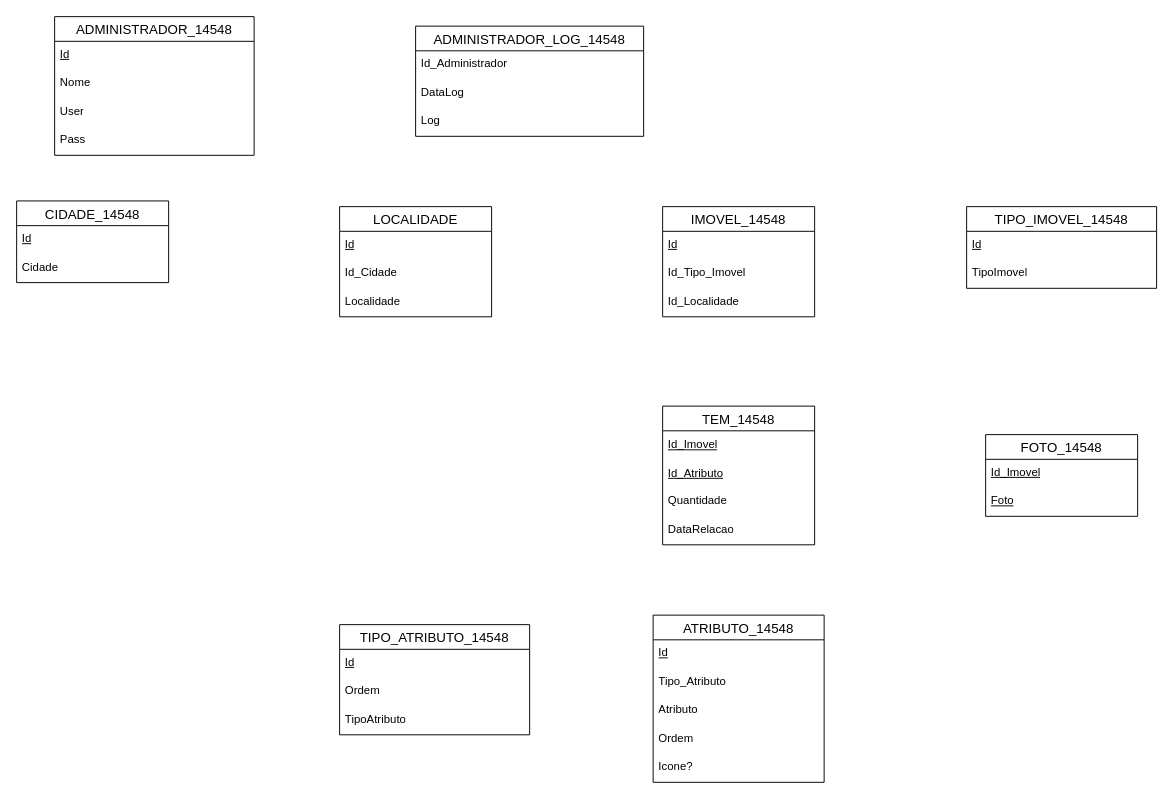
Above: 2P-PROG-UFCD-0811-TRABALHO1-14548.drawio in rpviana/Diagramas (draw.io), before the change. Source tidied: cells renumbered, new cells numbered last; positions are measured from the earlier drawing's top-left corner, leaving out a move shared by most shapes. Both pictures are drawn from the tidied source at 95%, with x=0, y=0 at pixel (16, 16).
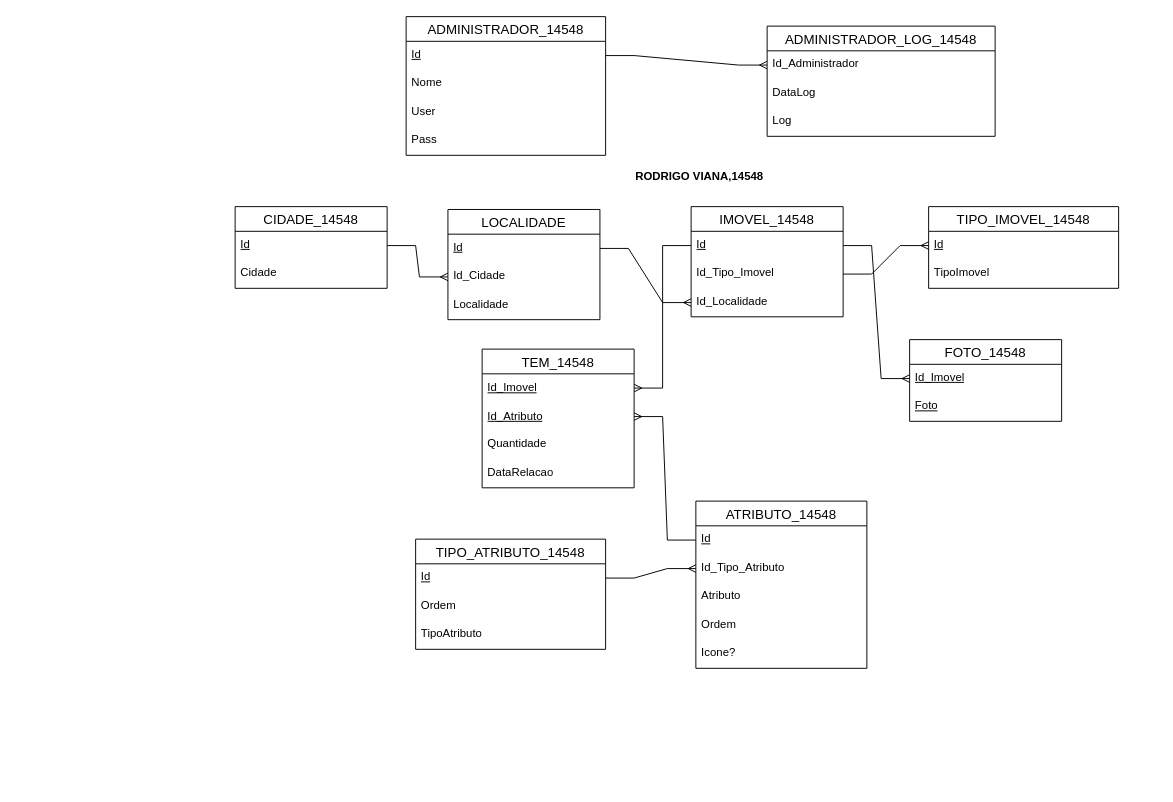
The same diagram, later.

Unchanged cells that the change refers to:
```xml
<mxCell id="3" value="Id" style="text;strokeColor=none;fillColor=none;spacingLeft=4;spacingRight=4;overflow=hidden;points=[[0,0.5],[1,0.5]];portConstraint=eastwest;fontSize=12;whiteSpace=wrap;html=1;fontStyle=4;" parent="2" vertex="1">
  <mxGeometry y="26" width="160" height="30" as="geometry" />
</mxCell>
<mxCell id="4" value="Id_Cidade" style="text;strokeColor=none;fillColor=none;spacingLeft=4;spacingRight=4;overflow=hidden;points=[[0,0.5],[1,0.5]];portConstraint=eastwest;fontSize=12;whiteSpace=wrap;html=1;" parent="2" vertex="1">
  <mxGeometry y="56" width="160" height="30" as="geometry" />
</mxCell>
<mxCell id="7" value="Id" style="text;strokeColor=none;fillColor=none;spacingLeft=4;spacingRight=4;overflow=hidden;points=[[0,0.5],[1,0.5]];portConstraint=eastwest;fontSize=12;whiteSpace=wrap;html=1;fontStyle=4;" parent="6" vertex="1">
  <mxGeometry y="26" width="160" height="30" as="geometry" />
</mxCell>
<mxCell id="8" value="Id_Tipo_Imovel" style="text;strokeColor=none;fillColor=none;spacingLeft=4;spacingRight=4;overflow=hidden;points=[[0,0.5],[1,0.5]];portConstraint=eastwest;fontSize=12;whiteSpace=wrap;html=1;" parent="6" vertex="1">
  <mxGeometry y="56" width="160" height="30" as="geometry" />
</mxCell>
<mxCell id="9" value="Id_Localidade" style="text;strokeColor=none;fillColor=none;spacingLeft=4;spacingRight=4;overflow=hidden;points=[[0,0.5],[1,0.5]];portConstraint=eastwest;fontSize=12;whiteSpace=wrap;html=1;" parent="6" vertex="1">
  <mxGeometry y="86" width="160" height="30" as="geometry" />
</mxCell>
<mxCell id="11" value="Id" style="text;strokeColor=none;fillColor=none;spacingLeft=4;spacingRight=4;overflow=hidden;points=[[0,0.5],[1,0.5]];portConstraint=eastwest;fontSize=12;whiteSpace=wrap;html=1;fontStyle=4;" parent="10" vertex="1">
  <mxGeometry y="26" width="160" height="30" as="geometry" />
</mxCell>
<mxCell id="14" value="Id" style="text;strokeColor=none;fillColor=none;spacingLeft=4;spacingRight=4;overflow=hidden;points=[[0,0.5],[1,0.5]];portConstraint=eastwest;fontSize=12;whiteSpace=wrap;html=1;fontStyle=4;" parent="13" vertex="1">
  <mxGeometry y="26" width="210" height="30" as="geometry" />
</mxCell>
<mxCell id="19" value="Id_Administrador" style="text;strokeColor=none;fillColor=none;spacingLeft=4;spacingRight=4;overflow=hidden;points=[[0,0.5],[1,0.5]];portConstraint=eastwest;fontSize=12;whiteSpace=wrap;html=1;fontStyle=0;" parent="18" vertex="1">
  <mxGeometry y="26" width="240" height="30" as="geometry" />
</mxCell>
<mxCell id="23" value="Id" style="text;strokeColor=none;fillColor=none;spacingLeft=4;spacingRight=4;overflow=hidden;points=[[0,0.5],[1,0.5]];portConstraint=eastwest;fontSize=12;whiteSpace=wrap;html=1;fontStyle=4;" parent="22" vertex="1">
  <mxGeometry y="26" width="180" height="30" as="geometry" />
</mxCell>
<mxCell id="29" value="Id" style="text;strokeColor=none;fillColor=none;spacingLeft=4;spacingRight=4;overflow=hidden;points=[[0,0.5],[1,0.5]];portConstraint=eastwest;fontSize=12;whiteSpace=wrap;html=1;fontStyle=4;" parent="28" vertex="1">
  <mxGeometry y="26" width="200" height="30" as="geometry" />
</mxCell>
<mxCell id="32" value="Id" style="text;strokeColor=none;fillColor=none;spacingLeft=4;spacingRight=4;overflow=hidden;points=[[0,0.5],[1,0.5]];portConstraint=eastwest;fontSize=12;whiteSpace=wrap;html=1;fontStyle=4;" parent="31" vertex="1">
  <mxGeometry y="26" width="200" height="30" as="geometry" />
</mxCell>
<mxCell id="36" value="Id_Imovel" style="text;strokeColor=none;fillColor=none;spacingLeft=4;spacingRight=4;overflow=hidden;points=[[0,0.5],[1,0.5]];portConstraint=eastwest;fontSize=12;whiteSpace=wrap;html=1;verticalAlign=middle;fontStyle=4;" parent="35" vertex="1">
  <mxGeometry y="26" width="160" height="30" as="geometry" />
</mxCell>
<mxCell id="37" value="Id_Atributo" style="text;strokeColor=none;fillColor=none;spacingLeft=4;spacingRight=4;overflow=hidden;points=[[0,0.5],[1,0.5]];portConstraint=eastwest;fontSize=12;whiteSpace=wrap;html=1;verticalAlign=middle;fontStyle=4;" parent="35" vertex="1">
  <mxGeometry y="56" width="160" height="30" as="geometry" />
</mxCell>
<mxCell id="41" value="Id_Imovel" style="text;strokeColor=none;fillColor=none;spacingLeft=4;spacingRight=4;overflow=hidden;points=[[0,0.5],[1,0.5]];portConstraint=eastwest;fontSize=12;whiteSpace=wrap;html=1;fontStyle=4;" parent="40" vertex="1">
  <mxGeometry y="26" width="160" height="30" as="geometry" />
</mxCell>
```

Change to the diagram source:
```diff
@@
     <mxCell id="2" value="LOCALIDADE" style="swimlane;fontStyle=0;horizontal=1;startSize=26;align=center;fontSize=14;" parent="1" vertex="1">
-      <mxGeometry x="340" y="200" width="160" height="116" as="geometry" />
+      <mxGeometry x="454" y="203" width="160" height="116" as="geometry" />
     </mxCell>
@@
     <mxCell id="6" value="IMOVEL_14548" style="swimlane;fontStyle=0;horizontal=1;startSize=26;align=center;fontSize=14;" parent="1" vertex="1">
-      <mxGeometry x="680" y="200" width="160" height="116" as="geometry" />
+      <mxGeometry x="710" y="200" width="160" height="116" as="geometry" />
     </mxCell>
@@
     <mxCell id="10" value="CIDADE_14548" style="swimlane;fontStyle=0;horizontal=1;startSize=26;align=center;fontSize=14;" parent="1" vertex="1">
-      <mxGeometry y="194" width="160" height="86" as="geometry" />
+      <mxGeometry x="230" y="200" width="160" height="86" as="geometry" />
     </mxCell>
@@
     <mxCell id="13" value="ADMINISTRADOR_14548" style="swimlane;fontStyle=0;horizontal=1;startSize=26;align=center;fontSize=14;" parent="1" vertex="1">
-      <mxGeometry x="40" width="210" height="146" as="geometry" />
+      <mxGeometry x="410" width="210" height="146" as="geometry" />
     </mxCell>
@@
     <mxCell id="18" value="ADMINISTRADOR_LOG_14548" style="swimlane;fontStyle=0;horizontal=1;startSize=26;align=center;fontSize=14;" parent="1" vertex="1">
-      <mxGeometry x="420" y="10" width="240" height="116" as="geometry" />
+      <mxGeometry x="790" y="10" width="240" height="116" as="geometry" />
     </mxCell>
@@
     <mxCell id="22" value="ATRIBUTO_14548" style="swimlane;fontStyle=0;horizontal=1;startSize=26;align=center;fontSize=14;" parent="1" vertex="1">
-      <mxGeometry x="670" y="630" width="180" height="176" as="geometry" />
+      <mxGeometry x="715" y="510" width="180" height="176" as="geometry" />
     </mxCell>
@@
-    <mxCell id="24" value="Tipo_Atributo" style="text;strokeColor=none;fillColor=none;spacingLeft=4;spacingRight=4;overflow=hidden;points=[[0,0.5],[1,0.5]];portConstraint=eastwest;fontSize=12;whiteSpace=wrap;html=1;" parent="22" vertex="1">
+    <mxCell id="24" value="Id_Tipo_Atributo" style="text;strokeColor=none;fillColor=none;spacingLeft=4;spacingRight=4;overflow=hidden;points=[[0,0.5],[1,0.5]];portConstraint=eastwest;fontSize=12;whiteSpace=wrap;html=1;" parent="22" vertex="1">
       <mxGeometry y="56" width="180" height="30" as="geometry" />
     </mxCell>
@@
     <mxCell id="28" value="TIPO_IMOVEL_14548" style="swimlane;fontStyle=0;horizontal=1;startSize=26;align=center;fontSize=14;" parent="1" vertex="1">
-      <mxGeometry x="1000" y="200" width="200" height="86" as="geometry" />
+      <mxGeometry x="960" y="200" width="200" height="86" as="geometry" />
     </mxCell>
@@
     <mxCell id="31" value="TIPO_ATRIBUTO_14548" style="swimlane;fontStyle=0;horizontal=1;startSize=26;align=center;fontSize=14;" parent="1" vertex="1">
-      <mxGeometry x="340" y="640" width="200" height="116" as="geometry" />
+      <mxGeometry x="420" y="550" width="200" height="116" as="geometry" />
     </mxCell>
@@
     <mxCell id="35" value="TEM_14548" style="swimlane;fontStyle=0;horizontal=1;startSize=26;align=center;fontSize=14;" parent="1" vertex="1">
-      <mxGeometry x="680" y="410" width="160" height="146" as="geometry" />
+      <mxGeometry x="490" y="350" width="160" height="146" as="geometry" />
     </mxCell>
@@
     <mxCell id="40" value="FOTO_14548" style="swimlane;fontStyle=0;horizontal=1;startSize=26;align=center;fontSize=14;" parent="1" vertex="1">
-      <mxGeometry x="1020" y="440" width="160" height="86" as="geometry" />
+      <mxGeometry x="940" y="340" width="160" height="86" as="geometry" />
     </mxCell>
@@
+    <mxCell id="43" style="edgeStyle=entityRelationEdgeStyle;fontSize=12;html=1;endArrow=ERmany;rounded=0;exitX=1;exitY=0.5;exitDx=0;exitDy=0;entryX=0;entryY=0.5;entryDx=0;entryDy=0;" parent="1" edge="1" source="14" target="19">
+      <mxGeometry relative="1" as="geometry" />
+    </mxCell>
+    <mxCell id="44" style="edgeStyle=entityRelationEdgeStyle;fontSize=12;html=1;endArrow=ERmany;rounded=0;exitX=1;exitY=0.5;exitDx=0;exitDy=0;entryX=0;entryY=0.5;entryDx=0;entryDy=0;" parent="1" edge="1" source="11" target="4">
+      <mxGeometry relative="1" as="geometry" />
+    </mxCell>
+    <mxCell id="45" style="edgeStyle=entityRelationEdgeStyle;fontSize=12;html=1;endArrow=ERmany;rounded=0;exitX=1;exitY=0.5;exitDx=0;exitDy=0;entryX=0;entryY=0.5;entryDx=0;entryDy=0;" parent="1" edge="1" source="3" target="9">
+      <mxGeometry relative="1" as="geometry" />
+    </mxCell>
+    <mxCell id="46" style="edgeStyle=entityRelationEdgeStyle;fontSize=12;html=1;endArrow=ERmany;rounded=0;exitX=1;exitY=0.5;exitDx=0;exitDy=0;entryX=0;entryY=0.5;entryDx=0;entryDy=0;" parent="1" edge="1" source="8" target="29">
+      <mxGeometry relative="1" as="geometry" />
+    </mxCell>
+    <mxCell id="47" style="edgeStyle=entityRelationEdgeStyle;fontSize=12;html=1;endArrow=ERmany;rounded=0;exitX=1;exitY=0.5;exitDx=0;exitDy=0;entryX=0;entryY=0.5;entryDx=0;entryDy=0;" parent="1" edge="1" source="7" target="41">
+      <mxGeometry relative="1" as="geometry" />
+    </mxCell>
+    <mxCell id="48" style="edgeStyle=entityRelationEdgeStyle;fontSize=12;html=1;endArrow=ERmany;rounded=0;exitX=0;exitY=0.5;exitDx=0;exitDy=0;entryX=1;entryY=0.5;entryDx=0;entryDy=0;" parent="1" edge="1" source="7" target="36">
+      <mxGeometry relative="1" as="geometry" />
+    </mxCell>
+    <mxCell id="49" style="edgeStyle=entityRelationEdgeStyle;fontSize=12;html=1;endArrow=ERmany;rounded=0;exitX=0;exitY=0.5;exitDx=0;exitDy=0;entryX=1;entryY=0.5;entryDx=0;entryDy=0;" parent="1" edge="1" source="23" target="37">
+      <mxGeometry relative="1" as="geometry" />
+    </mxCell>
+    <mxCell id="50" style="edgeStyle=entityRelationEdgeStyle;fontSize=12;html=1;endArrow=ERmany;rounded=0;exitX=1;exitY=0.5;exitDx=0;exitDy=0;entryX=0;entryY=0.5;entryDx=0;entryDy=0;" parent="1" edge="1" source="32" target="24">
+      <mxGeometry relative="1" as="geometry" />
+    </mxCell>
+    <mxCell id="51" value="&lt;b&gt;RODRIGO VIANA,14548&lt;/b&gt;" style="text;html=1;align=center;verticalAlign=middle;whiteSpace=wrap;rounded=0;" parent="1" vertex="1">
+      <mxGeometry x="614" y="146" width="210" height="44" as="geometry" />
+    </mxCell>
```
